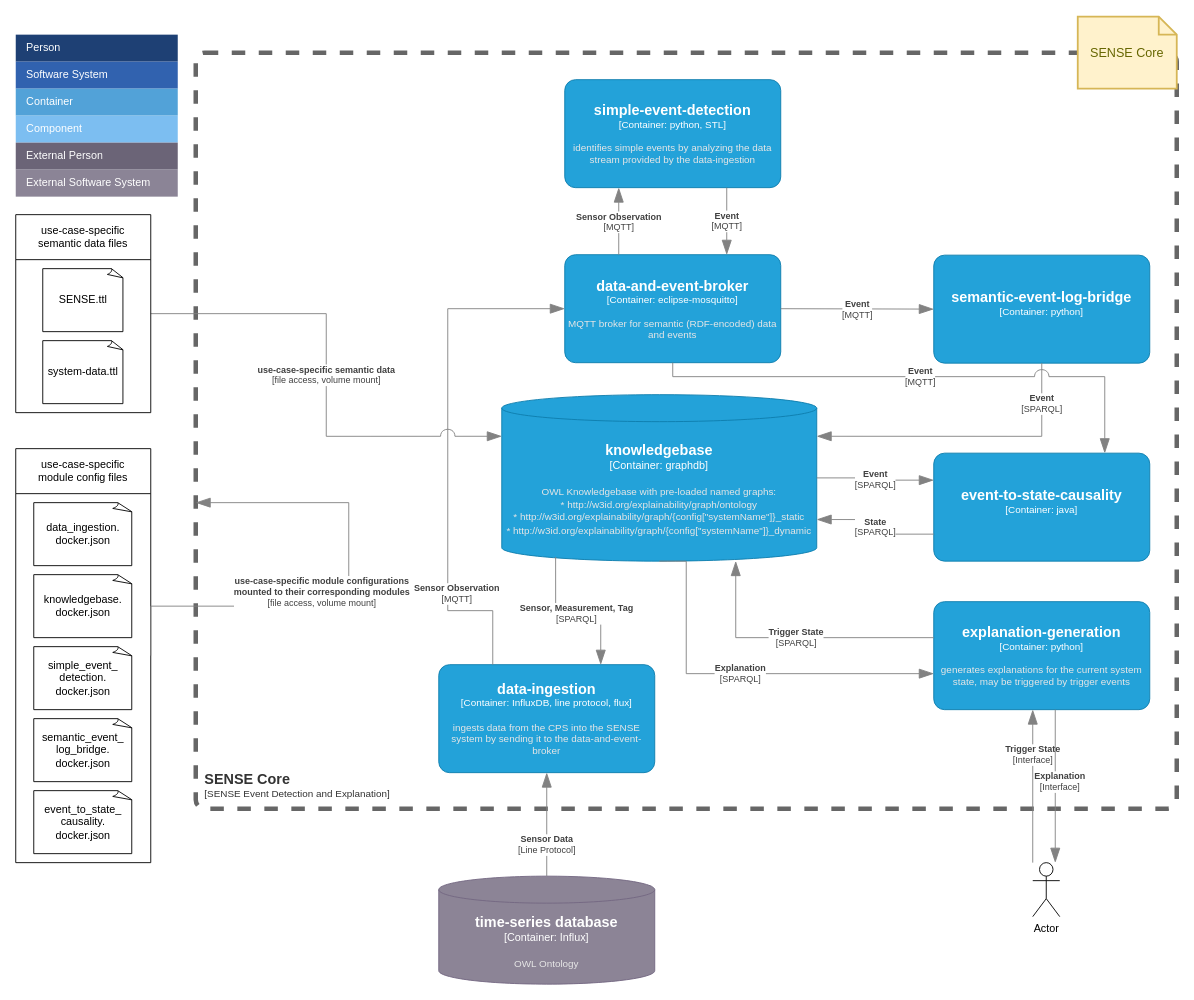
wu-semsys/SENSE-Core keeps this draw.io diagram as page "Level2-ContainerDiagram" (2 of 4) of doc/SENSE-Core-C4-Model.drawio. Above is the earlier version. Source tidied: cells renumbered, new cells numbered last; positions are measured from the earlier drawing's top-left corner, leaving out a move shared by most shapes. Both pictures are drawn from the tidied source at 90%, with x=0, y=0 at pixel (15, 16).
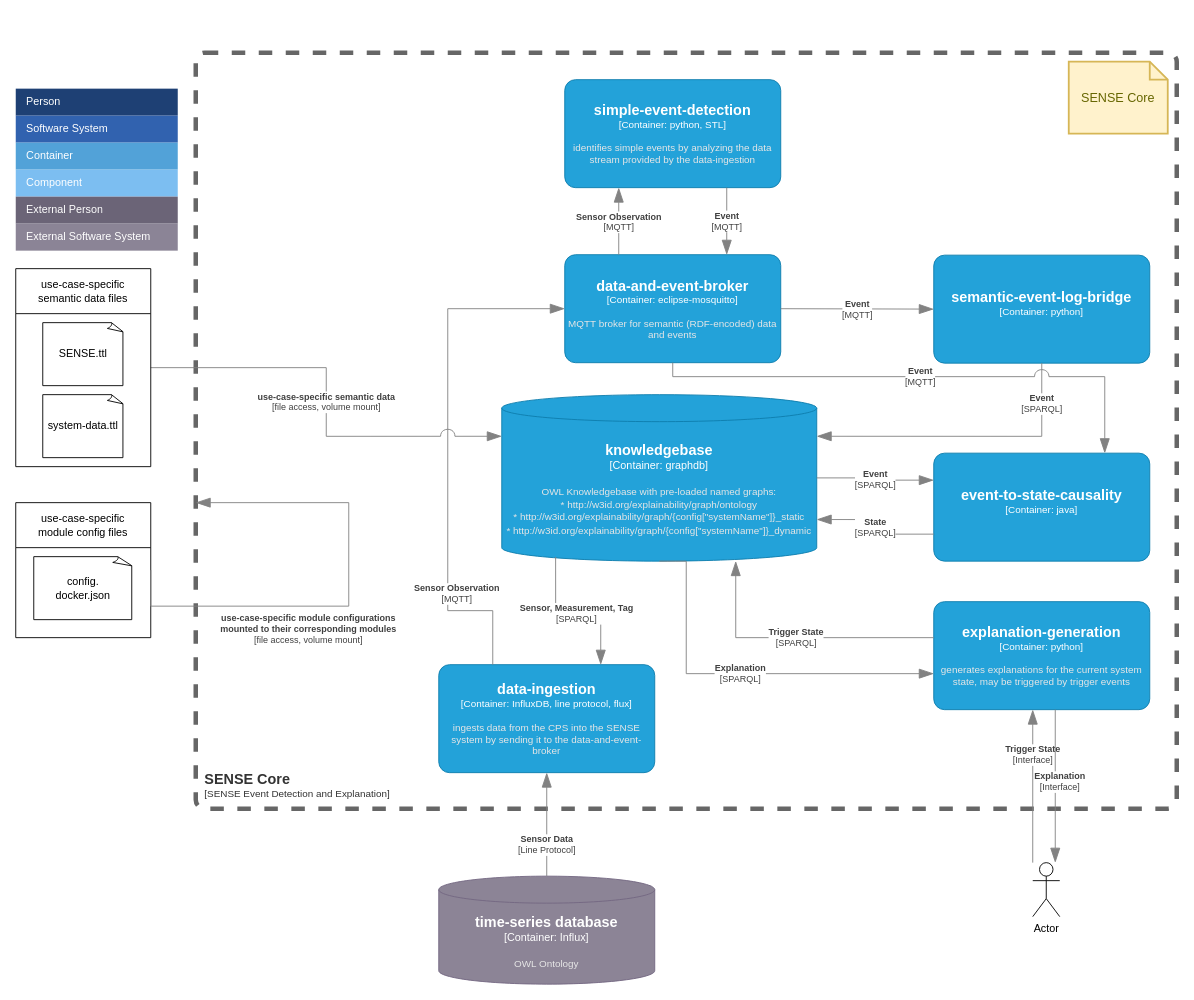
The same diagram, later.

Commit message (it also covers changes not shown here):
exchange module-specific config file by a single config file for all modules

Diff of the diagram source:
```diff
@@
     <mxCell id="7" value="SENSE Core" style="shape=note;strokeWidth=2;fontSize=14;size=20;whiteSpace=wrap;html=1;fillColor=#fff2cc;strokeColor=#d6b656;fontColor=#666600;" parent="1" vertex="1">
-      <mxGeometry x="1180" width="110" height="80" as="geometry" />
+      <mxGeometry x="1170" y="50" width="110" height="80" as="geometry" />
     </mxCell>
@@
     <mxCell id="10" style="shape=table;html=1;whiteSpace=wrap;startSize=0;childLayout=tableLayout;fillColor=none;align=left;spacingLeft=10;strokeColor=none;rounded=1;arcSize=11;fontColor=#FFFFFF;" parent="1" vertex="1">
-      <mxGeometry y="20" width="180" height="180" as="geometry" />
+      <mxGeometry y="80" width="180" height="180" as="geometry" />
     </mxCell>
@@
     <mxCell id="30" value="&lt;span style=&quot;font-weight: 400; text-wrap: nowrap; background-color: rgb(255, 255, 255);&quot;&gt;use-case-specific &lt;br&gt;semantic data files&lt;/span&gt;" style="swimlane;whiteSpace=wrap;html=1;startSize=50;" parent="1" vertex="1">
-      <mxGeometry y="220" width="150" height="220" as="geometry" />
+      <mxGeometry y="280" width="150" height="220" as="geometry" />
     </mxCell>
@@
     <mxCell id="33" value="&lt;span style=&quot;font-weight: 400; text-wrap: nowrap; background-color: rgb(255, 255, 255);&quot;&gt;use-case-specific&lt;/span&gt;&lt;div&gt;&lt;span style=&quot;font-weight: 400; text-wrap: nowrap; background-color: rgb(255, 255, 255);&quot;&gt;module config files&lt;/span&gt;&lt;/div&gt;" style="swimlane;whiteSpace=wrap;html=1;startSize=50;" parent="1" vertex="1">
-      <mxGeometry y="480" width="150" height="460" as="geometry" />
+      <mxGeometry y="540" width="150" height="150" as="geometry" />
     </mxCell>
-    <mxCell id="34" value="data_ingestion.&lt;br&gt;docker.json" style="whiteSpace=wrap;html=1;shape=mxgraph.basic.document;" parent="33" vertex="1">
+    <mxCell id="34" value="config.&lt;br&gt;docker.json" style="whiteSpace=wrap;html=1;shape=mxgraph.basic.document;" parent="33" vertex="1">
       <mxGeometry x="20" y="60" width="110" height="70" as="geometry" />
     </mxCell>
-    <mxCell id="35" value="knowledgebase.&lt;br&gt;docker.json" style="whiteSpace=wrap;html=1;shape=mxgraph.basic.document;" parent="33" vertex="1">
-      <mxGeometry x="20" y="140" width="110" height="70" as="geometry" />
-    </mxCell>
-    <mxCell id="36" value="simple_event_&lt;br&gt;detection.&lt;br&gt;docker.json" style="whiteSpace=wrap;html=1;shape=mxgraph.basic.document;" parent="33" vertex="1">
-      <mxGeometry x="20" y="220" width="110" height="70" as="geometry" />
-    </mxCell>
-    <mxCell id="37" value="semantic_event_&lt;br&gt;log_bridge.&lt;br&gt;docker.json" style="whiteSpace=wrap;html=1;shape=mxgraph.basic.document;" parent="33" vertex="1">
-      <mxGeometry x="20" y="300" width="110" height="70" as="geometry" />
-    </mxCell>
-    <mxCell id="38" value="event_to_state_&lt;br&gt;causality.&lt;br&gt;docker.json" style="whiteSpace=wrap;html=1;shape=mxgraph.basic.document;" parent="33" vertex="1">
-      <mxGeometry x="20" y="380" width="110" height="70" as="geometry" />
-    </mxCell>
@@
     <object id="44" label="&lt;div style=&quot;text-align: left&quot;&gt;&lt;div style=&quot;text-align: center&quot;&gt;&lt;b&gt;%c4Description%&lt;/b&gt;&lt;/div&gt;&lt;div style=&quot;text-align: center&quot;&gt;[%c4Technology%]&lt;/div&gt;&lt;/div&gt;" c4Description="use-case-specific module configurations&#10;mounted to their corresponding modules" c4Technology="file access, volume mount" placeholders="1">
       <mxCell style="endArrow=blockThin;html=1;fontSize=10;fontColor=#404040;strokeWidth=1;endFill=1;strokeColor=#828282;elbow=vertical;endSize=14;startSize=14;jumpStyle=arc;jumpSize=16;rounded=0;edgeStyle=orthogonalEdgeStyle;exitX=1;exitY=0.5;exitDx=0;exitDy=0;" parent="1" edge="1" source="33">
-        <mxGeometry x="0.04" y="30" relative="1" as="geometry">
+        <mxGeometry x="-0.21" y="-25" relative="1" as="geometry">
           <mxPoint x="200" y="540" as="targetPoint" />
           <Array as="points">
             <mxPoint x="150" y="655" />
             <mxPoint x="370" y="655" />
             <mxPoint x="370" y="540" />
           </Array>
         </mxGeometry>
       </mxCell>
     </object>
```
